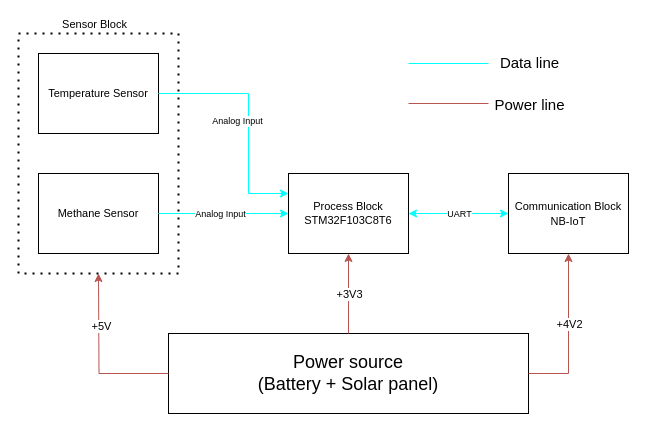
Earlier version of the draw.io diagram Project_overall.drawio (K2ayzz/ForDrawIO). Source tidied: cells renumbered, new cells numbered last; positions are measured from the earlier drawing's top-left corner, leaving out a move shared by most shapes. Both pictures are drawn from the tidied source at 100%, with x=0, y=0 at pixel (18, 33).
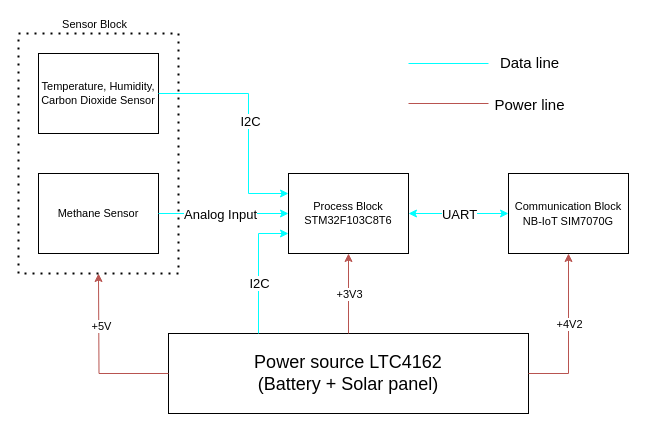
The same page after the edit.

Commit message:
Cập nhật Project_overall.drawio

Unchanged cells that the change refers to:
```xml
<mxCell id="6" value="&lt;span style=&quot;font-size: 11px;&quot;&gt;Process Block&lt;br style=&quot;font-size: 11px;&quot;&gt;STM32F103C8T6&lt;br style=&quot;font-size: 11px;&quot;&gt;&lt;/span&gt;" style="whiteSpace=wrap;html=1;rounded=0;fontSize=11;" parent="1" vertex="1">
  <mxGeometry x="270" y="140" width="120" height="80" as="geometry" />
</mxCell>
<mxCell id="12" style="endArrow=classic;html=1;rounded=0;exitX=1;exitY=0.5;exitDx=0;exitDy=0;entryX=0;entryY=0.5;entryDx=0;entryDy=0;fillColor=#dae8fc;gradientColor=#7ea6e0;strokeColor=#00FFFF;" parent="1" edge="1" source="5" target="6">
  <mxGeometry relative="1" as="geometry" />
</mxCell>
<mxCell id="14" style="endArrow=classic;startArrow=classic;html=1;rounded=0;entryX=0;entryY=0.5;entryDx=0;entryDy=0;exitX=1;exitY=0.5;exitDx=0;exitDy=0;strokeColor=#00FFFF;" parent="1" edge="1" source="6" target="7">
  <mxGeometry relative="1" as="geometry" />
</mxCell>
<mxCell id="23" style="endArrow=classic;html=1;rounded=0;exitX=1;exitY=0.5;exitDx=0;exitDy=0;entryX=0;entryY=0.25;entryDx=0;entryDy=0;fillColor=#dae8fc;gradientColor=#7ea6e0;strokeColor=#00FFFF;" parent="1" edge="1" source="20" target="6">
  <mxGeometry relative="1" as="geometry">
    <Array as="points">
      <mxPoint x="230" y="60" />
      <mxPoint x="230" y="160" />
    </Array>
  </mxGeometry>
</mxCell>
```

Diff of the diagram source:
```diff
@@
-    <mxCell id="2" value="&lt;font style=&quot;font-size: 18px;&quot;&gt;Power source&lt;/font&gt;&lt;div&gt;&lt;font style=&quot;font-size: 18px;&quot;&gt;(Battery + Solar panel)&lt;/font&gt;&lt;/div&gt;" style="rounded=0;whiteSpace=wrap;html=1;" parent="1" vertex="1">
+    <mxCell id="2" value="&lt;font style=&quot;font-size: 18px;&quot;&gt;Power source LTC4162&lt;/font&gt;&lt;div&gt;&lt;font style=&quot;font-size: 18px;&quot;&gt;(Battery + Solar panel)&lt;/font&gt;&lt;/div&gt;" style="rounded=0;whiteSpace=wrap;html=1;" parent="1" vertex="1">
       <mxGeometry x="150" y="300" width="360" height="80" as="geometry" />
     </mxCell>
@@
-    <mxCell id="7" value="&lt;font style=&quot;font-size: 11px;&quot;&gt;Communication Block&lt;br&gt;NB-IoT&lt;br&gt;&lt;/font&gt;" style="whiteSpace=wrap;html=1;rounded=0;" parent="1" vertex="1">
+    <mxCell id="7" value="&lt;font style=&quot;font-size: 11px;&quot;&gt;Communication Block&lt;br&gt;NB-IoT SIM7070G&lt;br&gt;&lt;/font&gt;" style="whiteSpace=wrap;html=1;rounded=0;" parent="1" vertex="1">
       <mxGeometry x="490" y="140" width="120" height="80" as="geometry" />
     </mxCell>
@@
-    <mxCell id="13" value="&lt;font style=&quot;font-size: 9px;&quot;&gt;Analog Input&lt;/font&gt;" style="edgeLabel;html=1;align=center;verticalAlign=middle;fontColor=#000000;fontSize=9;" parent="12" vertex="1">
+    <mxCell id="13" value="&lt;font style=&quot;font-size: 13px;&quot;&gt;Analog Input&lt;/font&gt;" style="edgeLabel;html=1;align=center;verticalAlign=middle;fontColor=#000000;fontSize=9;" parent="12" vertex="1">
       <mxGeometry x="-0.3" y="3" relative="1" as="geometry">
         <mxPoint x="15" y="3" as="offset" />
       </mxGeometry>
     </mxCell>
@@
-    <mxCell id="15" value="UART" style="edgeLabel;html=1;align=center;verticalAlign=middle;fontSize=9;fontColor=#000000;" parent="14" vertex="1">
+    <mxCell id="15" value="&lt;font style=&quot;font-size: 13px;&quot;&gt;UART&lt;/font&gt;" style="edgeLabel;html=1;align=center;verticalAlign=middle;fontSize=9;fontColor=#000000;" parent="14" vertex="1">
       <mxGeometry x="0.08" y="-1" relative="1" as="geometry">
         <mxPoint x="-4" y="-1" as="offset" />
       </mxGeometry>
     </mxCell>
@@
-    <mxCell id="20" value="&lt;font style=&quot;font-size: 11px;&quot;&gt;Temperature Sensor&lt;/font&gt;" style="whiteSpace=wrap;html=1;rounded=0;fontSize=11;" parent="1" vertex="1">
+    <mxCell id="20" value="&lt;font style=&quot;font-size: 11px;&quot;&gt;Temperature, Humidity, Carbon Dioxide Sensor&lt;/font&gt;" style="whiteSpace=wrap;html=1;rounded=0;fontSize=11;" parent="1" vertex="1">
       <mxGeometry x="20" y="20" width="120" height="80" as="geometry" />
     </mxCell>
@@
-    <mxCell id="24" value="&lt;font style=&quot;font-size: 9px;&quot;&gt;Analog Input&lt;/font&gt;" style="edgeLabel;html=1;align=center;verticalAlign=middle;fontColor=#000000;fontSize=9;" parent="23" vertex="1">
+    <mxCell id="24" value="&lt;font style=&quot;font-size: 13px;&quot;&gt;I2C&lt;/font&gt;" style="edgeLabel;html=1;align=center;verticalAlign=middle;fontColor=#000000;fontSize=9;" parent="23" vertex="1">
       <mxGeometry x="-0.3" y="3" relative="1" as="geometry">
-        <mxPoint x="-3" y="30" as="offset" />
+        <mxPoint x="10" y="30" as="offset" />
       </mxGeometry>
     </mxCell>
+    <mxCell id="25" style="endArrow=classic;html=1;rounded=0;exitX=0.25;exitY=0;exitDx=0;exitDy=0;entryX=0;entryY=0.75;entryDx=0;entryDy=0;fillColor=#dae8fc;gradientColor=#7ea6e0;strokeColor=#00FFFF;" parent="1" edge="1" source="2" target="6">
+      <mxGeometry relative="1" as="geometry">
+        <Array as="points">
+          <mxPoint x="240" y="200" />
+        </Array>
+      </mxGeometry>
+    </mxCell>
+    <mxCell id="26" value="&lt;font style=&quot;font-size: 13px;&quot;&gt;I2C&lt;/font&gt;" style="edgeLabel;html=1;align=center;verticalAlign=middle;fontColor=#000000;fontSize=9;" parent="25" vertex="1">
+      <mxGeometry x="-0.3" y="3" relative="1" as="geometry">
+        <mxPoint x="3" y="-5" as="offset" />
+      </mxGeometry>
+    </mxCell>
```
